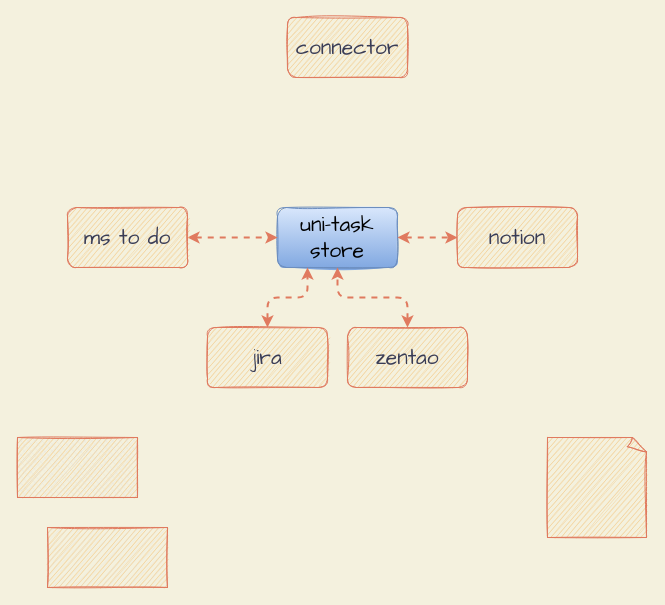
Earlier version of the draw.io diagram page "Page-1" (1 of 3) of unitask.drawio (devsvc-devops/uni-task). Source tidied: cells renumbered, new cells numbered last; positions are measured from the earlier drawing's top-left corner, leaving out a move shared by most shapes. Both pictures are drawn from the tidied source at 100%, with x=0, y=0 at pixel (17, 17).
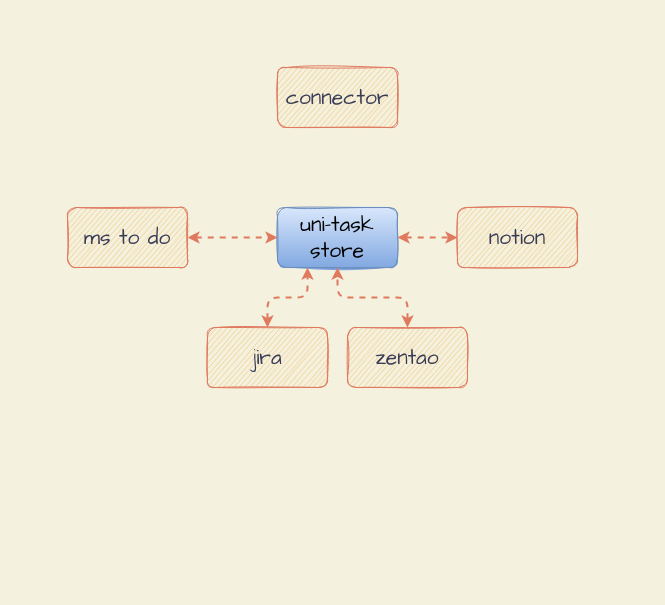
The same diagram, later.

What changed in the source:
```diff
@@
 <mxGraphModel background="#F4F1DE">
   <root>
     <mxCell id="0" />
     <mxCell id="1" parent="0" />
     <mxCell id="2" value="connector&lt;br style=&quot;font-size: 21px;&quot;&gt;" style="whiteSpace=wrap;html=1;fillColor=#F2CC8F;strokeColor=#E07A5F;fontColor=#393C56;fontSize=21;rounded=1;sketch=1;fontFamily=Comic Sans MS;" parent="1" vertex="1">
-      <mxGeometry x="270" width="120" height="60" as="geometry" />
+      <mxGeometry x="260" y="50" width="120" height="60" as="geometry" />
     </mxCell>
-    <mxCell id="3" style="verticalLabelPosition=bottom;verticalAlign=top;html=1;shape=mxgraph.basic.patternFillRect;fillStyle=diag;step=5;fillStrokeWidth=0.2;fillStrokeColor=#dddddd;fontSize=21;rounded=1;sketch=1;fillColor=#F2CC8F;strokeColor=#E07A5F;fontColor=#393C56;" parent="1" vertex="1">
-      <mxGeometry x="30" y="510" width="120" height="60" as="geometry" />
-    </mxCell>
-    <mxCell id="4" style="verticalLabelPosition=bottom;verticalAlign=top;html=1;shape=mxgraph.basic.patternFillRect;fillStyle=diagGrid;step=5;fillStrokeWidth=0.2;fillStrokeColor=#dddddd;fontSize=21;rounded=1;sketch=1;fillColor=#F2CC8F;strokeColor=#E07A5F;fontColor=#393C56;" parent="1" vertex="1">
-      <mxGeometry y="420" width="120" height="60" as="geometry" />
-    </mxCell>
-    <mxCell id="5" style="whiteSpace=wrap;html=1;shape=mxgraph.basic.document;fontSize=21;rounded=1;sketch=1;fillColor=#F2CC8F;strokeColor=#E07A5F;fontColor=#393C56;" parent="1" vertex="1">
-      <mxGeometry x="530" y="420" width="100" height="100" as="geometry" />
-    </mxCell>
     <mxCell id="6" value="uni-task&lt;br&gt;store" style="whiteSpace=wrap;html=1;fontSize=21;fillColor=#dae8fc;strokeColor=#6c8ebf;rounded=1;sketch=1;fontFamily=Comic Sans MS;gradientColor=#7ea6e0;" parent="1" vertex="1">
       <mxGeometry x="260" y="190" width="120" height="60" as="geometry" />
     </mxCell>
     <mxCell id="7" value="notion" style="whiteSpace=wrap;html=1;fontSize=21;fillColor=#F2CC8F;strokeColor=#E07A5F;fontColor=#393C56;rounded=1;sketch=1;fontFamily=Comic Sans MS;" parent="1" vertex="1">
       <mxGeometry x="440" y="190" width="120" height="60" as="geometry" />
     </mxCell>
     <mxCell id="8" value="zentao" style="whiteSpace=wrap;html=1;fontSize=21;fillColor=#F2CC8F;strokeColor=#E07A5F;fontColor=#393C56;rounded=1;sketch=1;fontFamily=Comic Sans MS;" parent="1" vertex="1">
       <mxGeometry x="330" y="310" width="120" height="60" as="geometry" />
     </mxCell>
     <mxCell id="9" value="jira" style="whiteSpace=wrap;html=1;fontSize=21;fillColor=#F2CC8F;strokeColor=#E07A5F;fontColor=#393C56;rounded=1;sketch=1;fontFamily=Comic Sans MS;" parent="1" vertex="1">
       <mxGeometry x="190" y="310" width="120" height="60" as="geometry" />
     </mxCell>
     <mxCell id="10" style="edgeStyle=orthogonalEdgeStyle;curved=0;rounded=1;sketch=0;jettySize=auto;html=1;entryX=0;entryY=0.5;entryDx=0;entryDy=0;fontFamily=Comic Sans MS;fontColor=#393C56;strokeColor=#E07A5F;fillColor=#F2CC8F;labelBackgroundColor=#F4F1DE;endArrow=classic;endFill=1;startArrow=classic;startFill=1;strokeWidth=2;dashed=1;" parent="1" edge="1" source="11" target="6">
       <mxGeometry relative="1" as="geometry" />
     </mxCell>
     <mxCell id="11" value="ms to do" style="whiteSpace=wrap;html=1;fontSize=21;fillColor=#F2CC8F;strokeColor=#E07A5F;fontColor=#393C56;rounded=1;sketch=1;fontFamily=Comic Sans MS;" parent="1" vertex="1">
       <mxGeometry x="50" y="190" width="120" height="60" as="geometry" />
     </mxCell>
     <mxCell id="12" style="edgeStyle=orthogonalEdgeStyle;curved=0;rounded=1;sketch=0;jettySize=auto;html=1;entryX=0.5;entryY=1;entryDx=0;entryDy=0;fontFamily=Comic Sans MS;fontColor=#393C56;strokeColor=#E07A5F;fillColor=#F2CC8F;labelBackgroundColor=#F4F1DE;endArrow=classic;endFill=1;startArrow=classic;startFill=1;strokeWidth=2;dashed=1;exitX=0.5;exitY=0;exitDx=0;exitDy=0;" parent="1" edge="1" source="8" target="6">
       <mxGeometry relative="1" as="geometry" />
     </mxCell>
     <mxCell id="13" style="edgeStyle=orthogonalEdgeStyle;curved=0;rounded=1;sketch=0;jettySize=auto;html=1;entryX=0;entryY=0.5;entryDx=0;entryDy=0;fontFamily=Comic Sans MS;fontColor=#393C56;strokeColor=#E07A5F;fillColor=#F2CC8F;labelBackgroundColor=#F4F1DE;endArrow=classic;endFill=1;startArrow=classic;startFill=1;strokeWidth=2;dashed=1;exitX=1;exitY=0.5;exitDx=0;exitDy=0;" parent="1" edge="1" source="6" target="7">
       <mxGeometry relative="1" as="geometry" />
     </mxCell>
     <mxCell id="14" style="edgeStyle=orthogonalEdgeStyle;curved=0;rounded=1;sketch=0;jettySize=auto;html=1;fontFamily=Comic Sans MS;fontColor=#393C56;strokeColor=#E07A5F;fillColor=#F2CC8F;labelBackgroundColor=#F4F1DE;endArrow=classic;endFill=1;startArrow=classic;startFill=1;strokeWidth=2;dashed=1;entryX=0.25;entryY=1;entryDx=0;entryDy=0;exitX=0.5;exitY=0;exitDx=0;exitDy=0;" parent="1" edge="1" source="9" target="6">
       <mxGeometry relative="1" as="geometry">
         <Array as="points">
           <mxPoint x="250" y="280" />
           <mxPoint x="290" y="280" />
         </Array>
       </mxGeometry>
     </mxCell>
   </root>
 </mxGraphModel>
```
